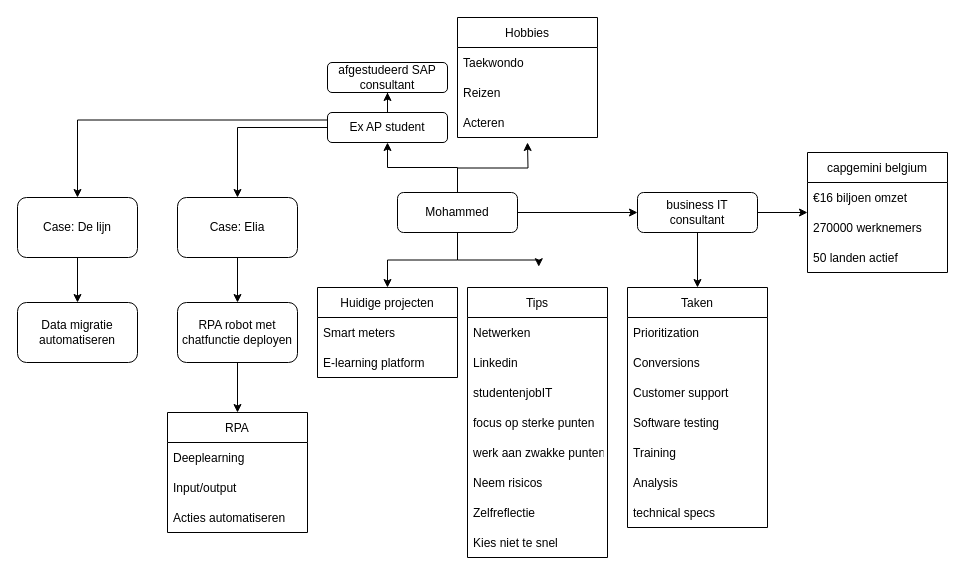
This is page "Mohammed" (2 of 2) of mindmaps/12-23-gastsessie.drawio from Gh0stage/drawio, a draw.io file, before an edit. Source tidied: cells renumbered, new cells numbered last; positions are measured from the earlier drawing's top-left corner, leaving out a move shared by most shapes. Both pictures are drawn from the tidied source at 100%, with x=0, y=0 at pixel (17, 17).
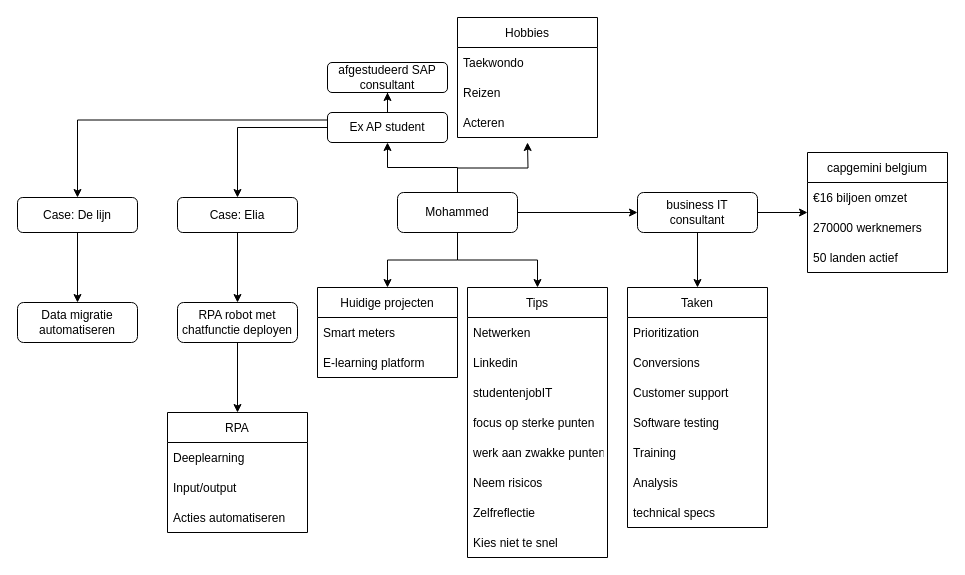
After the change.

The change refers to these unchanged cells:
```xml
<mxCell id="6" value="Mohammed" style="rounded=1;whiteSpace=wrap;html=1;" parent="1" vertex="1">
  <mxGeometry x="380" y="175" width="120" height="40" as="geometry" />
</mxCell>
<mxCell id="46" value="Tips" style="swimlane;fontStyle=0;horizontal=1;startSize=30;" parent="1" vertex="1">
  <mxGeometry x="450" y="270" width="140" height="270" as="geometry" />
</mxCell>
```

Change to the diagram source:
```diff
@@
-    <mxCell id="5" style="edgeStyle=orthogonalEdgeStyle;rounded=0;jettySize=auto;html=1;entryX=0.509;entryY=-0.077;entryDx=0;entryDy=0;entryPerimeter=0;" parent="1" edge="1" source="6" target="46">
+    <mxCell id="5" style="edgeStyle=orthogonalEdgeStyle;rounded=0;jettySize=auto;html=1;entryX=0.5;entryY=0;entryDx=0;entryDy=0;" parent="1" edge="1" source="6" target="46">
       <mxGeometry relative="1" as="geometry" />
     </mxCell>
@@
     <mxCell id="21" value="Case: Elia" style="whiteSpace=wrap;html=1;rounded=1;" parent="1" vertex="1">
-      <mxGeometry x="160" y="180" width="120" height="60" as="geometry" />
+      <mxGeometry x="160" y="180" width="120" height="35" as="geometry" />
     </mxCell>
@@
     <mxCell id="23" value="Case: De lijn" style="whiteSpace=wrap;html=1;rounded=1;" parent="1" vertex="1">
-      <mxGeometry y="180" width="120" height="60" as="geometry" />
+      <mxGeometry y="180" width="120" height="35" as="geometry" />
     </mxCell>
     <mxCell id="24" value="Data migratie automatiseren" style="whiteSpace=wrap;html=1;rounded=1;" parent="1" vertex="1">
-      <mxGeometry y="285" width="120" height="60" as="geometry" />
+      <mxGeometry y="285" width="120" height="40" as="geometry" />
     </mxCell>
     <mxCell id="25" value="RPA robot met chatfunctie deployen" style="whiteSpace=wrap;html=1;rounded=1;" parent="1" vertex="1">
-      <mxGeometry x="160" y="285" width="120" height="60" as="geometry" />
+      <mxGeometry x="160" y="285" width="120" height="40" as="geometry" />
     </mxCell>
@@
+    <mxCell id="55" style="edgeStyle=orthogonalEdgeStyle;rounded=0;orthogonalLoop=1;jettySize=auto;html=1;exitX=0.5;exitY=1;exitDx=0;exitDy=0;" parent="1" edge="1" source="24" target="24">
+      <mxGeometry relative="1" as="geometry" />
+    </mxCell>
```
